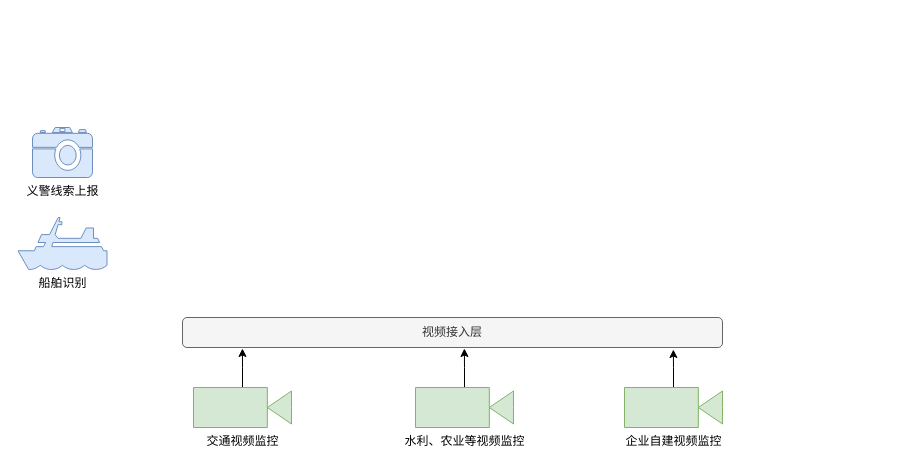
liusheding001/draw.io keeps this draw.io diagram as 水域网络图.drawio. Above is the earlier version. Source tidied: cells renumbered, new cells numbered last; positions are measured from the earlier drawing's top-left corner, leaving out a move shared by most shapes. Both pictures are drawn from the tidied source at 100%, with x=0, y=0 at pixel (18, 127).
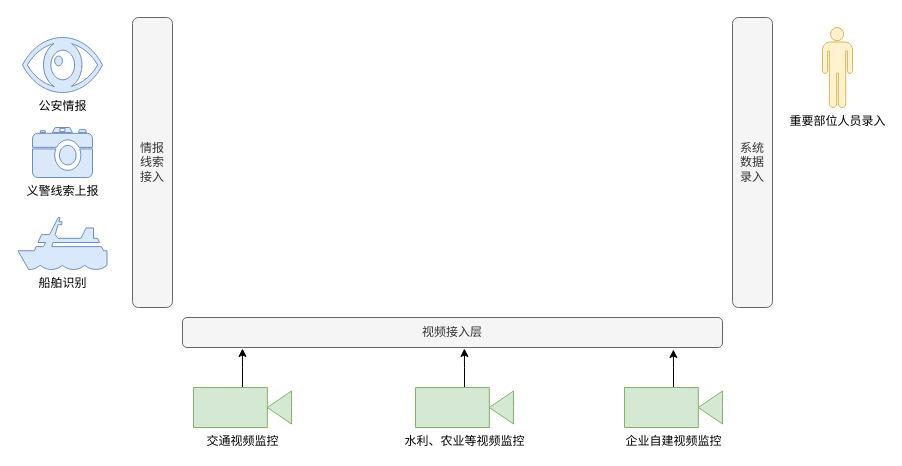
After the change.

Commit message (it also covers changes not shown here):
更新水域网络图.drawio

What changed in the source:
```diff
@@
 <mxGraphModel>
   <root>
     <mxCell id="0" />
     <mxCell id="1" parent="0" />
     <mxCell id="2" value="视频接入层" style="rounded=1;whiteSpace=wrap;html=1;fillColor=#f5f5f5;strokeColor=#666666;fontColor=#333333;" parent="1" vertex="1">
       <mxGeometry x="164" y="190" width="540" height="30" as="geometry" />
     </mxCell>
     <mxCell id="3" style="edgeStyle=orthogonalEdgeStyle;rounded=0;jettySize=auto;html=1;entryX=0.111;entryY=1.033;entryDx=0;entryDy=0;entryPerimeter=0;" parent="1" edge="1" source="4" target="2">
       <mxGeometry relative="1" as="geometry" />
     </mxCell>
     <mxCell id="4" value="交通视频监控" style="shape=mxgraph.signs.tech.video_camera;html=1;fillColor=#d5e8d4;strokeColor=#82b366;verticalLabelPosition=bottom;verticalAlign=top;align=center;" parent="1" vertex="1">
       <mxGeometry x="175" y="260" width="98" height="40" as="geometry" />
     </mxCell>
     <mxCell id="5" style="edgeStyle=orthogonalEdgeStyle;rounded=0;jettySize=auto;html=1;entryX=0.522;entryY=1.033;entryDx=0;entryDy=0;entryPerimeter=0;" parent="1" edge="1" source="6" target="2">
       <mxGeometry relative="1" as="geometry" />
     </mxCell>
     <mxCell id="6" value="水利、农业等视频监控" style="shape=mxgraph.signs.tech.video_camera;html=1;fillColor=#d5e8d4;strokeColor=#82b366;verticalLabelPosition=bottom;verticalAlign=top;align=center;" parent="1" vertex="1">
       <mxGeometry x="397" y="260" width="98" height="40" as="geometry" />
     </mxCell>
     <mxCell id="7" style="edgeStyle=orthogonalEdgeStyle;rounded=0;jettySize=auto;html=1;entryX=0.909;entryY=1.067;entryDx=0;entryDy=0;entryPerimeter=0;" parent="1" edge="1" source="8" target="2">
       <mxGeometry relative="1" as="geometry" />
     </mxCell>
     <mxCell id="8" value="企业自建视频监控&lt;br&gt;" style="shape=mxgraph.signs.tech.video_camera;html=1;fillColor=#d5e8d4;strokeColor=#82b366;verticalLabelPosition=bottom;verticalAlign=top;align=center;" parent="1" vertex="1">
       <mxGeometry x="606" y="260" width="98" height="40" as="geometry" />
     </mxCell>
     <mxCell id="9" value="义警线索上报" style="shape=mxgraph.signs.tech.camera_2;html=1;fillColor=#dae8fc;strokeColor=#6c8ebf;verticalLabelPosition=bottom;verticalAlign=top;align=center;" parent="1" vertex="1">
       <mxGeometry x="14" width="60" height="50" as="geometry" />
     </mxCell>
     <mxCell id="10" value="船舶识别" style="shape=mxgraph.signs.transportation.ship_1;html=1;fillColor=#dae8fc;strokeColor=#6c8ebf;verticalLabelPosition=bottom;verticalAlign=top;align=center;" parent="1" vertex="1">
       <mxGeometry x="-0.5" y="90" width="89" height="52" as="geometry" />
     </mxCell>
+    <mxCell id="11" value="公安情报" style="shape=mxgraph.signs.healthcare.eye;html=1;fillColor=#dae8fc;strokeColor=#6c8ebf;verticalLabelPosition=bottom;verticalAlign=top;align=center;" parent="1" vertex="1">
+      <mxGeometry x="4" y="-90" width="80" height="55" as="geometry" />
+    </mxCell>
+    <mxCell id="12" value="情报&lt;br&gt;线索&lt;br&gt;接入" style="rounded=1;whiteSpace=wrap;html=1;fillColor=#f5f5f5;strokeColor=#666666;fontColor=#333333;" parent="1" vertex="1">
+      <mxGeometry x="114" y="-110" width="40" height="290" as="geometry" />
+    </mxCell>
+    <mxCell id="13" value="系统&lt;br&gt;数据&lt;br&gt;录入" style="rounded=1;whiteSpace=wrap;html=1;fillColor=#f5f5f5;strokeColor=#666666;fontColor=#333333;" parent="1" vertex="1">
+      <mxGeometry x="714" y="-110" width="40" height="290" as="geometry" />
+    </mxCell>
+    <mxCell id="14" value="重要部位人员录入" style="shape=mxgraph.signs.people.man_1;html=1;fillColor=#fff2cc;strokeColor=#d6b656;verticalLabelPosition=bottom;verticalAlign=top;align=center;" parent="1" vertex="1">
+      <mxGeometry x="804" y="-100" width="30" height="80" as="geometry" />
+    </mxCell>
   </root>
 </mxGraphModel>
```
